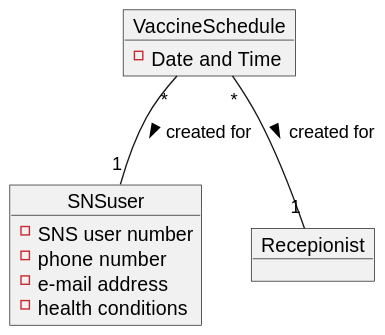
The PlantUML diagram docs/SprintC/US004/US004_DM.svg in osnilas/SNSsystem, before a commit.
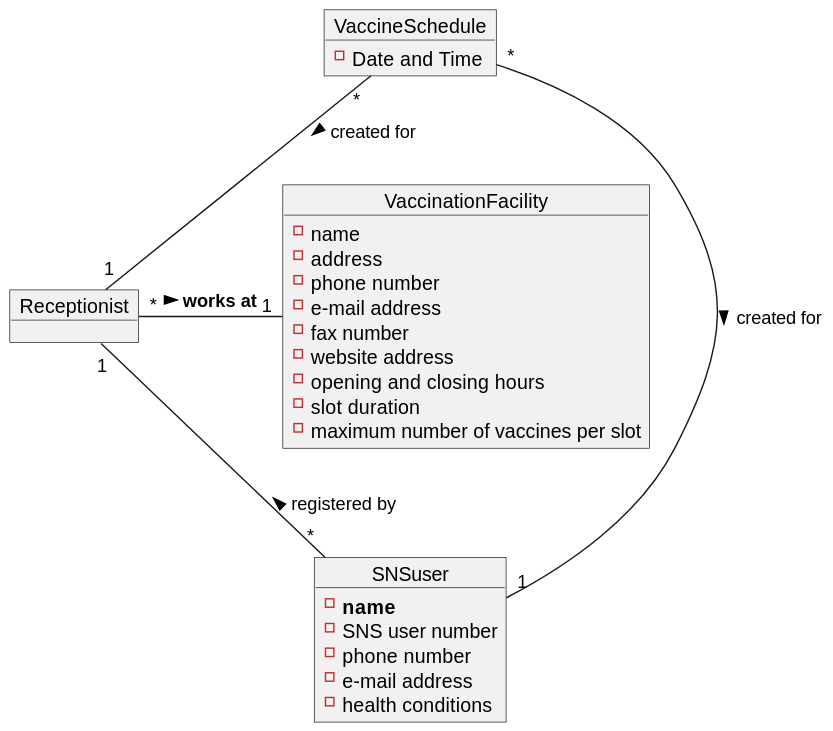
The same diagram one commit later.

What changed in the source:
```diff
@@ -1,5 +1,6 @@
 @startuml
 object SNSuser{
+-**name**
 -SNS user number
 -phone number
 -e-mail address
@@ -10,9 +11,22 @@
 -Date and Time
 }
 
-object Recepionist
+object Receptionist
+
+object VaccinationFacility{
+-name
+-address
+-phone number
+-e-mail address
+-fax number
+-website address
+-opening and closing hours
+-slot duration
+-maximum number of vaccines per slot
+}
 
 VaccineSchedule"*" -- "1"SNSuser: > created for
-VaccineSchedule"*" -- "1"Recepionist: > created for
-
+Receptionist "*" - "1" VaccinationFacility : > **works at**
+VaccineSchedule"*" -- "1"Receptionist: > created for
+Receptionist"1" -- "*"SNSuser: < registered by
 @enduml
```
